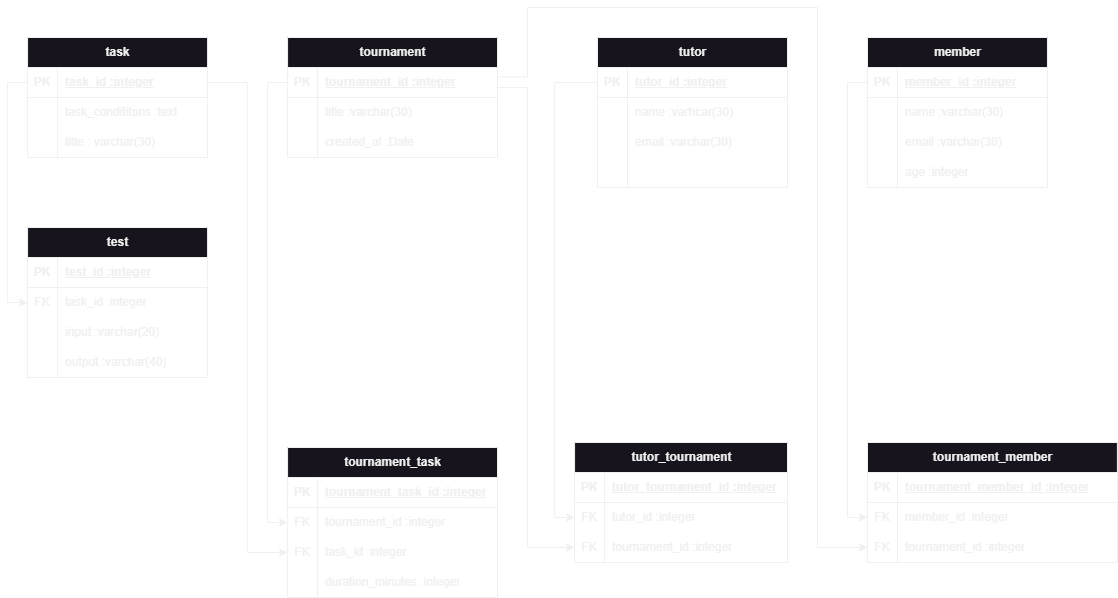
Before: docs/Логическая модель.drawio.png, a diagram exported from draw.io (santygo1/programming-tournament-web-application). Source tidied: cells renumbered, new cells last; positions are measured from the earlier drawing's top-left corner, leaving out a move shared by most shapes.
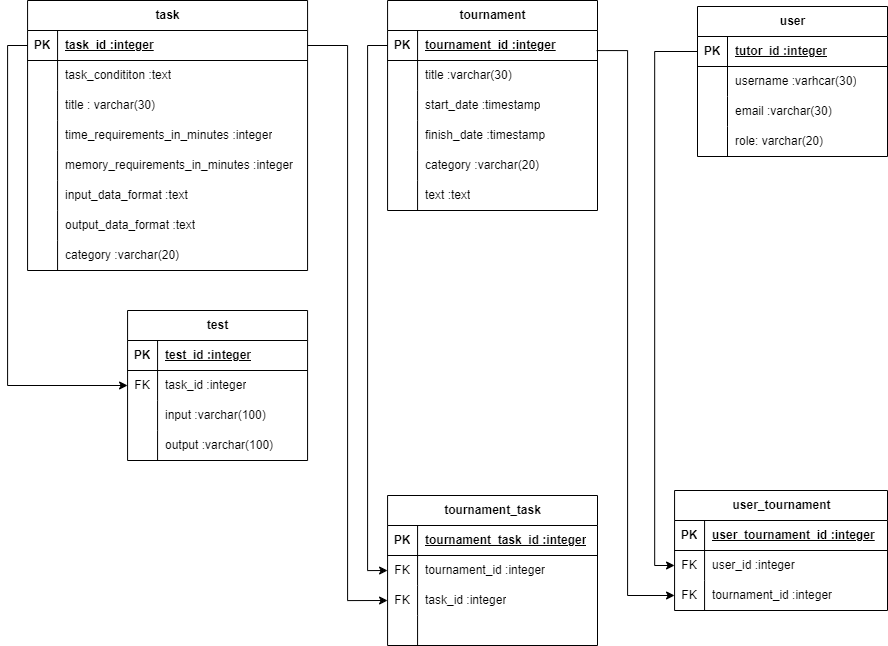
After the commit.

Diff of the diagram source:
```diff
@@ -4,4 +4,4 @@
     <mxCell id="1" parent="0" />
-    <mxCell id="2" value="tutor" style="shape=table;startSize=30;rowLines=0;fontStyle=1;align=center;html=1;" parent="1" vertex="1">
-      <mxGeometry x="570" y="30" width="190" height="150" as="geometry" />
+    <mxCell id="2" value="user" style="shape=table;startSize=30;rowLines=0;fontStyle=1;align=center;html=1;" parent="1" vertex="1">
+      <mxGeometry x="570" y="36" width="190" height="150" as="geometry" />
     </mxCell>
@@ -22,3 +22,3 @@
     </mxCell>
-    <mxCell id="8" value="name :varhcar(30)" style="shape=partialRectangle;fillColor=none;top=0;left=0;bottom=0;right=0;align=left;spacingLeft=6;overflow=hidden;whiteSpace=wrap;html=1;" parent="6" vertex="1">
+    <mxCell id="8" value="username :varhcar(30)" style="shape=partialRectangle;fillColor=none;top=0;left=0;bottom=0;right=0;align=left;spacingLeft=6;overflow=hidden;whiteSpace=wrap;html=1;" parent="6" vertex="1">
       <mxGeometry x="30" width="160" height="30" as="geometry" />
@@ -40,79 +40,10 @@
     </mxCell>
-    <mxCell id="14" style="shape=partialRectangle;fillColor=none;top=0;left=0;bottom=0;right=0;align=left;spacingLeft=6;overflow=hidden;whiteSpace=wrap;html=1;" parent="12" vertex="1">
+    <mxCell id="14" value="role: varchar(20)" style="shape=partialRectangle;fillColor=none;top=0;left=0;bottom=0;right=0;align=left;spacingLeft=6;overflow=hidden;whiteSpace=wrap;html=1;" parent="12" vertex="1">
       <mxGeometry x="30" width="160" height="30" as="geometry" />
     </mxCell>
-    <mxCell id="15" value="tournament_member" style="shape=table;startSize=30;rowLines=0;fontStyle=1;align=center;html=1;" parent="1" vertex="1">
-      <mxGeometry x="840" y="435" width="249.9" height="120" as="geometry" />
-    </mxCell>
-    <mxCell id="16" style="shape=tableRow;horizontal=0;startSize=0;swimlaneHead=0;swimlaneBody=0;fillColor=none;top=0;left=0;right=0;bottom=1;" parent="15" vertex="1">
-      <mxGeometry y="30" width="249.9" height="30" as="geometry" />
-    </mxCell>
-    <mxCell id="17" value="PK" style="shape=partialRectangle;fillColor=none;top=0;left=0;bottom=0;right=0;fontStyle=1;overflow=hidden;whiteSpace=wrap;html=1;" parent="16" vertex="1">
-      <mxGeometry width="30" height="30" as="geometry" />
-    </mxCell>
-    <mxCell id="18" value="tournament_member_id :integer" style="shape=partialRectangle;fillColor=none;top=0;left=0;bottom=0;right=0;align=left;spacingLeft=6;fontStyle=5;overflow=hidden;whiteSpace=wrap;html=1;" parent="16" vertex="1">
-      <mxGeometry x="30" width="219.9" height="30" as="geometry" />
-    </mxCell>
-    <mxCell id="19" style="shape=tableRow;horizontal=0;startSize=0;swimlaneHead=0;swimlaneBody=0;fillColor=none;points=[[0,0.5],[1,0.5]];portConstraint=eastwest;top=0;left=0;right=0;bottom=0;" parent="15" vertex="1">
-      <mxGeometry y="60" width="249.9" height="30" as="geometry" />
-    </mxCell>
-    <mxCell id="20" value="FK" style="shape=partialRectangle;fillColor=none;top=0;left=0;bottom=0;right=0;overflow=hidden;whiteSpace=wrap;html=1;" parent="19" vertex="1">
-      <mxGeometry width="30" height="30" as="geometry" />
-    </mxCell>
-    <mxCell id="21" value="member_id :integer" style="shape=partialRectangle;fillColor=none;top=0;left=0;bottom=0;right=0;align=left;spacingLeft=6;overflow=hidden;whiteSpace=wrap;html=1;" parent="19" vertex="1">
-      <mxGeometry x="30" width="219.9" height="30" as="geometry" />
-    </mxCell>
-    <mxCell id="22" style="shape=tableRow;horizontal=0;startSize=0;swimlaneHead=0;swimlaneBody=0;fillColor=none;points=[[0,0.5],[1,0.5]];portConstraint=eastwest;top=0;left=0;right=0;bottom=0;" parent="15" vertex="1">
-      <mxGeometry y="90" width="249.9" height="30" as="geometry" />
-    </mxCell>
-    <mxCell id="23" value="FK" style="shape=partialRectangle;fillColor=none;top=0;left=0;bottom=0;right=0;overflow=hidden;whiteSpace=wrap;html=1;" parent="22" vertex="1">
-      <mxGeometry width="30" height="30" as="geometry" />
-    </mxCell>
-    <mxCell id="24" value="tournament_id :integer" style="shape=partialRectangle;fillColor=none;top=0;left=0;bottom=0;right=0;align=left;spacingLeft=6;overflow=hidden;whiteSpace=wrap;html=1;" parent="22" vertex="1">
-      <mxGeometry x="30" width="219.9" height="30" as="geometry" />
-    </mxCell>
-    <mxCell id="25" value="member" style="shape=table;startSize=30;rowLines=0;fontStyle=1;align=center;html=1;" parent="1" vertex="1">
-      <mxGeometry x="840" y="30" width="180" height="150" as="geometry" />
-    </mxCell>
-    <mxCell id="26" style="shape=tableRow;horizontal=0;startSize=0;swimlaneHead=0;swimlaneBody=0;fillColor=none;points=[[0,0.5],[1,0.5]];portConstraint=eastwest;top=0;left=0;right=0;bottom=1;" parent="25" vertex="1">
-      <mxGeometry y="30" width="180" height="30" as="geometry" />
-    </mxCell>
-    <mxCell id="27" value="PK" style="shape=partialRectangle;fillColor=none;top=0;left=0;bottom=0;right=0;fontStyle=1;overflow=hidden;whiteSpace=wrap;html=1;" parent="26" vertex="1">
-      <mxGeometry width="30" height="30" as="geometry" />
-    </mxCell>
-    <mxCell id="28" value="member_id :integer" style="shape=partialRectangle;fillColor=none;top=0;left=0;bottom=0;right=0;align=left;spacingLeft=6;fontStyle=5;overflow=hidden;whiteSpace=wrap;html=1;" parent="26" vertex="1">
-      <mxGeometry x="30" width="150" height="30" as="geometry" />
-    </mxCell>
-    <mxCell id="29" style="shape=tableRow;horizontal=0;startSize=0;swimlaneHead=0;swimlaneBody=0;fillColor=none;top=0;left=0;right=0;bottom=0;" parent="25" vertex="1">
-      <mxGeometry y="60" width="180" height="30" as="geometry" />
-    </mxCell>
-    <mxCell id="30" style="shape=partialRectangle;fillColor=none;top=0;left=0;bottom=0;right=0;overflow=hidden;whiteSpace=wrap;html=1;" parent="29" vertex="1">
-      <mxGeometry width="30" height="30" as="geometry" />
-    </mxCell>
-    <mxCell id="31" value="name :varchar(30)" style="shape=partialRectangle;fillColor=none;top=0;left=0;bottom=0;right=0;align=left;spacingLeft=6;overflow=hidden;whiteSpace=wrap;html=1;" parent="29" vertex="1">
-      <mxGeometry x="30" width="150" height="30" as="geometry" />
-    </mxCell>
-    <mxCell id="32" style="shape=tableRow;horizontal=0;startSize=0;swimlaneHead=0;swimlaneBody=0;fillColor=none;top=0;left=0;right=0;bottom=0;" parent="25" vertex="1">
-      <mxGeometry y="90" width="180" height="30" as="geometry" />
-    </mxCell>
-    <mxCell id="33" style="shape=partialRectangle;fillColor=none;top=0;left=0;bottom=0;right=0;overflow=hidden;whiteSpace=wrap;html=1;" parent="32" vertex="1">
-      <mxGeometry width="30" height="30" as="geometry" />
-    </mxCell>
-    <mxCell id="34" value="email :varchar(30)" style="shape=partialRectangle;fillColor=none;top=0;left=0;bottom=0;right=0;align=left;spacingLeft=6;overflow=hidden;whiteSpace=wrap;html=1;" parent="32" vertex="1">
-      <mxGeometry x="30" width="150" height="30" as="geometry" />
-    </mxCell>
-    <mxCell id="35" style="shape=tableRow;horizontal=0;startSize=0;swimlaneHead=0;swimlaneBody=0;fillColor=none;top=0;left=0;right=0;bottom=0;" parent="25" vertex="1">
-      <mxGeometry y="120" width="180" height="30" as="geometry" />
-    </mxCell>
-    <mxCell id="36" style="shape=partialRectangle;fillColor=none;top=0;left=0;bottom=0;right=0;overflow=hidden;whiteSpace=wrap;html=1;" parent="35" vertex="1">
-      <mxGeometry width="30" height="30" as="geometry" />
-    </mxCell>
-    <mxCell id="37" value="age :integer" style="shape=partialRectangle;fillColor=none;top=0;left=0;bottom=0;right=0;align=left;spacingLeft=6;overflow=hidden;whiteSpace=wrap;html=1;" parent="35" vertex="1">
-      <mxGeometry x="30" width="150" height="30" as="geometry" />
-    </mxCell>
     <mxCell id="38" value="task" style="shape=table;startSize=30;rowLines=0;fontStyle=1;align=center;html=1;" parent="1" vertex="1">
-      <mxGeometry x="0.1" y="30" width="180" height="120" as="geometry" />
+      <mxGeometry x="-99.9" y="30" width="280" height="270" as="geometry" />
     </mxCell>
     <mxCell id="39" style="shape=tableRow;horizontal=0;startSize=0;swimlaneHead=0;swimlaneBody=0;fillColor=none;points=[[0,0.5],[1,0.5]];portConstraint=eastwest;top=0;left=0;right=0;bottom=1;" parent="38" vertex="1">
-      <mxGeometry y="30" width="180" height="30" as="geometry" />
+      <mxGeometry y="30" width="280" height="30" as="geometry" />
     </mxCell>
@@ -122,6 +53,6 @@
     <mxCell id="41" value="task_id :integer" style="shape=partialRectangle;fillColor=none;top=0;left=0;bottom=0;right=0;align=left;spacingLeft=6;fontStyle=5;overflow=hidden;whiteSpace=wrap;html=1;" parent="39" vertex="1">
-      <mxGeometry x="30" width="150" height="30" as="geometry" />
+      <mxGeometry x="30" width="250" height="30" as="geometry" />
     </mxCell>
     <mxCell id="42" style="shape=tableRow;horizontal=0;startSize=0;swimlaneHead=0;swimlaneBody=0;fillColor=none;top=0;left=0;right=0;bottom=0;" parent="38" vertex="1">
-      <mxGeometry y="60" width="180" height="30" as="geometry" />
+      <mxGeometry y="60" width="280" height="30" as="geometry" />
     </mxCell>
@@ -130,7 +61,7 @@
     </mxCell>
-    <mxCell id="44" value="task_condititons :text" style="shape=partialRectangle;fillColor=none;top=0;left=0;bottom=0;right=0;align=left;spacingLeft=6;overflow=hidden;whiteSpace=wrap;html=1;" parent="42" vertex="1">
-      <mxGeometry x="30" width="150" height="30" as="geometry" />
+    <mxCell id="44" value="task_condititon :text" style="shape=partialRectangle;fillColor=none;top=0;left=0;bottom=0;right=0;align=left;spacingLeft=6;overflow=hidden;whiteSpace=wrap;html=1;" parent="42" vertex="1">
+      <mxGeometry x="30" width="250" height="30" as="geometry" />
     </mxCell>
     <mxCell id="45" style="shape=tableRow;horizontal=0;startSize=0;swimlaneHead=0;swimlaneBody=0;fillColor=none;top=0;left=0;right=0;bottom=0;" parent="38" vertex="1">
-      <mxGeometry y="90" width="180" height="30" as="geometry" />
+      <mxGeometry y="90" width="280" height="30" as="geometry" />
     </mxCell>
@@ -140,6 +71,51 @@
     <mxCell id="47" value="title : varchar(30)" style="shape=partialRectangle;fillColor=none;top=0;left=0;bottom=0;right=0;align=left;spacingLeft=6;overflow=hidden;whiteSpace=wrap;html=1;" parent="45" vertex="1">
-      <mxGeometry x="30" width="150" height="30" as="geometry" />
+      <mxGeometry x="30" width="250" height="30" as="geometry" />
     </mxCell>
+    <mxCell id="103" style="shape=tableRow;horizontal=0;startSize=0;swimlaneHead=0;swimlaneBody=0;fillColor=none;top=0;left=0;right=0;bottom=0;" parent="38" vertex="1">
+      <mxGeometry y="120" width="280" height="30" as="geometry" />
+    </mxCell>
+    <mxCell id="104" style="shape=partialRectangle;fillColor=none;top=0;left=0;bottom=0;right=0;overflow=hidden;whiteSpace=wrap;html=1;" parent="103" vertex="1">
+      <mxGeometry width="30" height="30" as="geometry" />
+    </mxCell>
+    <mxCell id="105" value="time_requirements_in_minutes :integer" style="shape=partialRectangle;fillColor=none;top=0;left=0;bottom=0;right=0;align=left;spacingLeft=6;overflow=hidden;whiteSpace=wrap;html=1;" parent="103" vertex="1">
+      <mxGeometry x="30" width="250" height="30" as="geometry" />
+    </mxCell>
+    <mxCell id="106" style="shape=tableRow;horizontal=0;startSize=0;swimlaneHead=0;swimlaneBody=0;fillColor=none;top=0;left=0;right=0;bottom=0;" parent="38" vertex="1">
+      <mxGeometry y="150" width="280" height="30" as="geometry" />
+    </mxCell>
+    <mxCell id="107" style="shape=partialRectangle;fillColor=none;top=0;left=0;bottom=0;right=0;overflow=hidden;whiteSpace=wrap;html=1;" parent="106" vertex="1">
+      <mxGeometry width="30" height="30" as="geometry" />
+    </mxCell>
+    <mxCell id="108" value="memory_requirements_in_minutes :integer" style="shape=partialRectangle;fillColor=none;top=0;left=0;bottom=0;right=0;align=left;spacingLeft=6;overflow=hidden;whiteSpace=wrap;html=1;" parent="106" vertex="1">
+      <mxGeometry x="30" width="250" height="30" as="geometry" />
+    </mxCell>
+    <mxCell id="109" style="shape=tableRow;horizontal=0;startSize=0;swimlaneHead=0;swimlaneBody=0;fillColor=none;top=0;left=0;right=0;bottom=0;" parent="38" vertex="1">
+      <mxGeometry y="180" width="280" height="30" as="geometry" />
+    </mxCell>
+    <mxCell id="110" style="shape=partialRectangle;fillColor=none;top=0;left=0;bottom=0;right=0;overflow=hidden;whiteSpace=wrap;html=1;" parent="109" vertex="1">
+      <mxGeometry width="30" height="30" as="geometry" />
+    </mxCell>
+    <mxCell id="111" value="input_data_format :text" style="shape=partialRectangle;fillColor=none;top=0;left=0;bottom=0;right=0;align=left;spacingLeft=6;overflow=hidden;whiteSpace=wrap;html=1;" parent="109" vertex="1">
+      <mxGeometry x="30" width="250" height="30" as="geometry" />
+    </mxCell>
+    <mxCell id="112" style="shape=tableRow;horizontal=0;startSize=0;swimlaneHead=0;swimlaneBody=0;fillColor=none;top=0;left=0;right=0;bottom=0;" parent="38" vertex="1">
+      <mxGeometry y="210" width="280" height="30" as="geometry" />
+    </mxCell>
+    <mxCell id="113" style="shape=partialRectangle;fillColor=none;top=0;left=0;bottom=0;right=0;overflow=hidden;whiteSpace=wrap;html=1;" parent="112" vertex="1">
+      <mxGeometry width="30" height="30" as="geometry" />
+    </mxCell>
+    <mxCell id="114" value="output_data_format :text" style="shape=partialRectangle;fillColor=none;top=0;left=0;bottom=0;right=0;align=left;spacingLeft=6;overflow=hidden;whiteSpace=wrap;html=1;" parent="112" vertex="1">
+      <mxGeometry x="30" width="250" height="30" as="geometry" />
+    </mxCell>
+    <mxCell id="115" style="shape=tableRow;horizontal=0;startSize=0;swimlaneHead=0;swimlaneBody=0;fillColor=none;top=0;left=0;right=0;bottom=0;" parent="38" vertex="1">
+      <mxGeometry y="240" width="280" height="30" as="geometry" />
+    </mxCell>
+    <mxCell id="116" style="shape=partialRectangle;fillColor=none;top=0;left=0;bottom=0;right=0;overflow=hidden;whiteSpace=wrap;html=1;" parent="115" vertex="1">
+      <mxGeometry width="30" height="30" as="geometry" />
+    </mxCell>
+    <mxCell id="117" value="category :varchar(20)" style="shape=partialRectangle;fillColor=none;top=0;left=0;bottom=0;right=0;align=left;spacingLeft=6;overflow=hidden;whiteSpace=wrap;html=1;" parent="115" vertex="1">
+      <mxGeometry x="30" width="250" height="30" as="geometry" />
+    </mxCell>
     <mxCell id="48" value="test" style="shape=table;startSize=30;rowLines=0;fontStyle=1;align=center;html=1;" parent="1" vertex="1">
-      <mxGeometry x="0.1" y="220" width="180" height="150" as="geometry" />
+      <mxGeometry x="0.1" y="340" width="180" height="150" as="geometry" />
     </mxCell>
@@ -169,3 +145,3 @@
     </mxCell>
-    <mxCell id="57" value="input :varchar(20)" style="shape=partialRectangle;fillColor=none;top=0;left=0;bottom=0;right=0;align=left;spacingLeft=6;overflow=hidden;whiteSpace=wrap;html=1;" parent="55" vertex="1">
+    <mxCell id="57" value="input :varchar(100)" style="shape=partialRectangle;fillColor=none;top=0;left=0;bottom=0;right=0;align=left;spacingLeft=6;overflow=hidden;whiteSpace=wrap;html=1;" parent="55" vertex="1">
       <mxGeometry x="30" width="150" height="30" as="geometry" />
@@ -178,7 +154,7 @@
     </mxCell>
-    <mxCell id="60" value="output :varchar(40)" style="shape=partialRectangle;fillColor=none;top=0;left=0;bottom=0;right=0;align=left;spacingLeft=6;overflow=hidden;whiteSpace=wrap;html=1;" parent="58" vertex="1">
+    <mxCell id="60" value="output :varchar(100)" style="shape=partialRectangle;fillColor=none;top=0;left=0;bottom=0;right=0;align=left;spacingLeft=6;overflow=hidden;whiteSpace=wrap;html=1;" parent="58" vertex="1">
       <mxGeometry x="30" width="150" height="30" as="geometry" />
     </mxCell>
-    <mxCell id="61" value="tutor_tournament" style="shape=table;startSize=30;rowLines=0;fontStyle=1;align=center;html=1;" parent="1" vertex="1">
-      <mxGeometry x="547.1" y="435" width="212.9" height="120" as="geometry" />
+    <mxCell id="61" value="user_tournament" style="shape=table;startSize=30;rowLines=0;fontStyle=1;align=center;html=1;" parent="1" vertex="1">
+      <mxGeometry x="547.1" y="520" width="212.9" height="120" as="geometry" />
     </mxCell>
@@ -190,3 +166,3 @@
     </mxCell>
-    <mxCell id="64" value="tutor_tournament_id :integer" style="shape=partialRectangle;fillColor=none;top=0;left=0;bottom=0;right=0;align=left;spacingLeft=6;fontStyle=5;overflow=hidden;whiteSpace=wrap;html=1;" parent="62" vertex="1">
+    <mxCell id="64" value="user_tournament_id :integer" style="shape=partialRectangle;fillColor=none;top=0;left=0;bottom=0;right=0;align=left;spacingLeft=6;fontStyle=5;overflow=hidden;whiteSpace=wrap;html=1;" parent="62" vertex="1">
       <mxGeometry x="30" width="182.9" height="30" as="geometry" />
@@ -199,3 +175,3 @@
     </mxCell>
-    <mxCell id="67" value="tutor_id :integer" style="shape=partialRectangle;fillColor=none;top=0;left=0;bottom=0;right=0;align=left;spacingLeft=6;overflow=hidden;whiteSpace=wrap;html=1;" parent="65" vertex="1">
+    <mxCell id="67" value="user_id :integer" style="shape=partialRectangle;fillColor=none;top=0;left=0;bottom=0;right=0;align=left;spacingLeft=6;overflow=hidden;whiteSpace=wrap;html=1;" parent="65" vertex="1">
       <mxGeometry x="30" width="182.9" height="30" as="geometry" />
@@ -212,3 +188,3 @@
     <mxCell id="71" value="tournament_task" style="shape=table;startSize=30;rowLines=0;fontStyle=1;align=center;html=1;" parent="1" vertex="1">
-      <mxGeometry x="260.1" y="440" width="209.9" height="150" as="geometry" />
+      <mxGeometry x="260.1" y="525" width="209.9" height="150" as="geometry" />
     </mxCell>
@@ -247,3 +223,3 @@
     </mxCell>
-    <mxCell id="83" value="duration_minutes :integer" style="shape=partialRectangle;fillColor=none;top=0;left=0;bottom=0;right=0;align=left;spacingLeft=6;overflow=hidden;whiteSpace=wrap;html=1;" parent="81" vertex="1">
+    <mxCell id="83" style="shape=partialRectangle;fillColor=none;top=0;left=0;bottom=0;right=0;align=left;spacingLeft=6;overflow=hidden;whiteSpace=wrap;html=1;" parent="81" vertex="1">
       <mxGeometry x="30" width="179.9" height="30" as="geometry" />
@@ -251,3 +227,3 @@
     <mxCell id="84" value="tournament" style="shape=table;startSize=30;rowLines=0;fontStyle=1;align=center;html=1;" parent="1" vertex="1">
-      <mxGeometry x="260.1" y="30" width="209.9" height="120" as="geometry" />
+      <mxGeometry x="260.1" y="30" width="209.9" height="210" as="geometry" />
     </mxCell>
@@ -277,5 +253,32 @@
     </mxCell>
-    <mxCell id="93" value="created_at :Date" style="shape=partialRectangle;fillColor=none;top=0;left=0;bottom=0;right=0;align=left;spacingLeft=6;overflow=hidden;whiteSpace=wrap;html=1;" parent="91" vertex="1">
+    <mxCell id="93" value="start_date :timestamp" style="shape=partialRectangle;fillColor=none;top=0;left=0;bottom=0;right=0;align=left;spacingLeft=6;overflow=hidden;whiteSpace=wrap;html=1;" parent="91" vertex="1">
       <mxGeometry x="30" width="179.9" height="30" as="geometry" />
     </mxCell>
+    <mxCell id="118" style="shape=tableRow;horizontal=0;startSize=0;swimlaneHead=0;swimlaneBody=0;fillColor=none;top=0;left=0;right=0;bottom=0;" parent="84" vertex="1">
+      <mxGeometry y="120" width="209.9" height="30" as="geometry" />
+    </mxCell>
+    <mxCell id="119" style="shape=partialRectangle;fillColor=none;top=0;left=0;bottom=0;right=0;overflow=hidden;whiteSpace=wrap;html=1;" parent="118" vertex="1">
+      <mxGeometry width="30" height="30" as="geometry" />
+    </mxCell>
+    <mxCell id="120" value="finish_date :timestamp&amp;nbsp;" style="shape=partialRectangle;fillColor=none;top=0;left=0;bottom=0;right=0;align=left;spacingLeft=6;overflow=hidden;whiteSpace=wrap;html=1;" parent="118" vertex="1">
+      <mxGeometry x="30" width="179.9" height="30" as="geometry" />
+    </mxCell>
+    <mxCell id="121" style="shape=tableRow;horizontal=0;startSize=0;swimlaneHead=0;swimlaneBody=0;fillColor=none;top=0;left=0;right=0;bottom=0;" parent="84" vertex="1">
+      <mxGeometry y="150" width="209.9" height="30" as="geometry" />
+    </mxCell>
+    <mxCell id="122" style="shape=partialRectangle;fillColor=none;top=0;left=0;bottom=0;right=0;overflow=hidden;whiteSpace=wrap;html=1;" parent="121" vertex="1">
+      <mxGeometry width="30" height="30" as="geometry" />
+    </mxCell>
+    <mxCell id="123" value="category :varchar(20)" style="shape=partialRectangle;fillColor=none;top=0;left=0;bottom=0;right=0;align=left;spacingLeft=6;overflow=hidden;whiteSpace=wrap;html=1;" parent="121" vertex="1">
+      <mxGeometry x="30" width="179.9" height="30" as="geometry" />
+    </mxCell>
+    <mxCell id="124" style="shape=tableRow;horizontal=0;startSize=0;swimlaneHead=0;swimlaneBody=0;fillColor=none;top=0;left=0;right=0;bottom=0;" parent="84" vertex="1">
+      <mxGeometry y="180" width="209.9" height="30" as="geometry" />
+    </mxCell>
+    <mxCell id="125" style="shape=partialRectangle;fillColor=none;top=0;left=0;bottom=0;right=0;overflow=hidden;whiteSpace=wrap;html=1;" parent="124" vertex="1">
+      <mxGeometry width="30" height="30" as="geometry" />
+    </mxCell>
+    <mxCell id="126" value="text :text" style="shape=partialRectangle;fillColor=none;top=0;left=0;bottom=0;right=0;align=left;spacingLeft=6;overflow=hidden;whiteSpace=wrap;html=1;" parent="124" vertex="1">
+      <mxGeometry x="30" width="179.9" height="30" as="geometry" />
+    </mxCell>
     <mxCell id="94" style="shape=tableRow;horizontal=0;startSize=0;swimlaneHead=0;swimlaneBody=0;fillColor=none;top=0;left=0;right=0;bottom=0;" parent="1" vertex="1">
@@ -292,15 +295,2 @@
     </mxCell>
-    <mxCell id="98" style="edgeStyle=orthogonalEdgeStyle;rounded=0;jettySize=auto;html=1;exitX=1.001;exitY=0.313;exitDx=0;exitDy=0;entryX=0;entryY=0.5;entryDx=0;entryDy=0;exitPerimeter=0;" parent="1" edge="1" source="85" target="22">
-      <mxGeometry relative="1" as="geometry">
-        <Array as="points">
-          <mxPoint x="500" y="69" />
-          <mxPoint x="500" />
-          <mxPoint x="790" />
-          <mxPoint x="790" y="540" />
-        </Array>
-      </mxGeometry>
-    </mxCell>
-    <mxCell id="99" style="edgeStyle=orthogonalEdgeStyle;rounded=0;jettySize=auto;html=1;exitX=0;exitY=0.5;exitDx=0;exitDy=0;entryX=0;entryY=0.5;entryDx=0;entryDy=0;" parent="1" edge="1" source="26" target="19">
-      <mxGeometry relative="1" as="geometry" />
-    </mxCell>
     <mxCell id="100" style="edgeStyle=orthogonalEdgeStyle;rounded=0;jettySize=auto;html=1;exitX=0;exitY=0.5;exitDx=0;exitDy=0;entryX=0;entryY=0.5;entryDx=0;entryDy=0;" parent="1" edge="1" source="85" target="75">
@@ -312,3 +302,3 @@
           <mxPoint x="500" y="80" />
-          <mxPoint x="500" y="540" />
+          <mxPoint x="500" y="625" />
         </Array>
```
